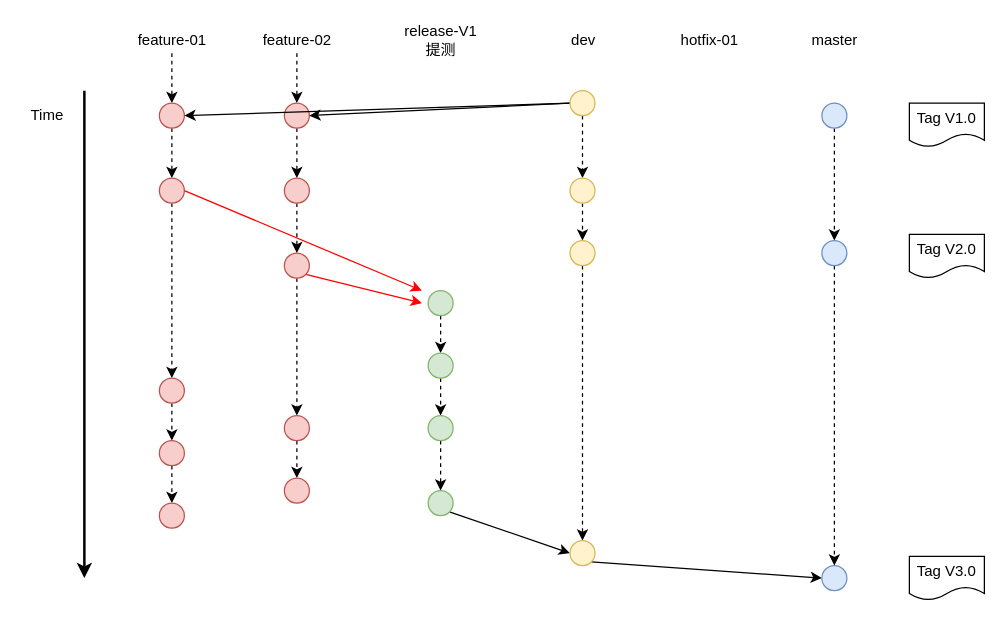
Earlier version of the draw.io diagram Untitled Diagram.drawio (ervinsae/blog). Source tidied: cells renumbered, new cells numbered last; positions are measured from the earlier drawing's top-left corner, leaving out a move shared by most shapes. Both pictures are drawn from the tidied source at 125%, with x=0, y=0 at pixel (21, 21).
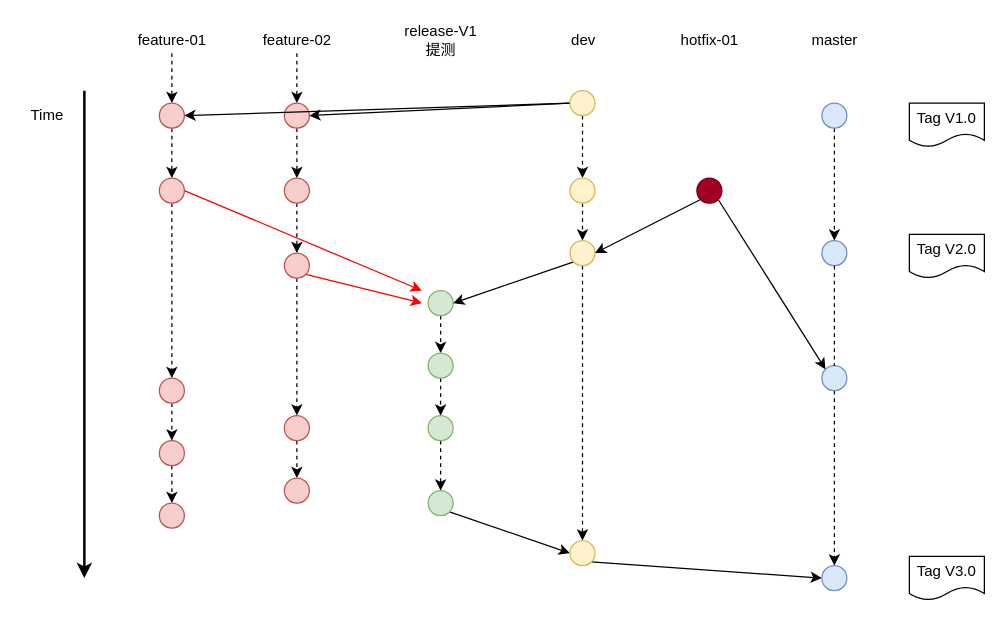
Above is the later version.

Unchanged cells that the change refers to:
```xml
<mxCell id="25" style="ellipse;whiteSpace=wrap;html=1;fillColor=#d5e8d4;strokeColor=#82b366;" parent="1" vertex="1">
  <mxGeometry x="325" y="215" width="20" height="20" as="geometry" />
</mxCell>
<mxCell id="47" style="ellipse;whiteSpace=wrap;html=1;fillColor=#fff2cc;strokeColor=#d6b656;" parent="1" vertex="1">
  <mxGeometry x="438.5" y="175" width="20" height="20" as="geometry" />
</mxCell>
<mxCell id="51" style="ellipse;whiteSpace=wrap;html=1;fillColor=#dae8fc;strokeColor=#6c8ebf;" parent="1" vertex="1">
  <mxGeometry x="640" y="175" width="20" height="20" as="geometry" />
</mxCell>
<mxCell id="52" style="ellipse;whiteSpace=wrap;html=1;fillColor=#dae8fc;strokeColor=#6c8ebf;" parent="1" vertex="1">
  <mxGeometry x="640" y="435" width="20" height="20" as="geometry" />
</mxCell>
```

Diff of the diagram source:
```diff
@@
+    <mxCell id="58" style="edgeStyle=none;rounded=0;jettySize=auto;html=1;exitX=0;exitY=1;exitDx=0;exitDy=0;entryX=1;entryY=0.5;entryDx=0;entryDy=0;elbow=vertical;" parent="1" edge="1" source="47" target="25">
+      <mxGeometry relative="1" as="geometry" />
+    </mxCell>
@@
-    <mxCell id="50" style="edgeStyle=none;rounded=0;jettySize=auto;html=1;exitX=0.5;exitY=1;exitDx=0;exitDy=0;dashed=1;strokeColor=#000000;" parent="1" edge="1" source="51" target="52">
+    <mxCell id="50" style="edgeStyle=none;rounded=0;jettySize=auto;html=1;exitX=0.5;exitY=1;exitDx=0;exitDy=0;dashed=1;strokeColor=#000000;startArrow=none;" parent="1" edge="1" source="62" target="52">
       <mxGeometry relative="1" as="geometry" />
     </mxCell>
@@
+    <mxCell id="59" style="edgeStyle=none;rounded=0;jettySize=auto;html=1;exitX=1;exitY=1;exitDx=0;exitDy=0;entryX=0;entryY=0;entryDx=0;entryDy=0;elbow=vertical;" parent="1" edge="1" source="61" target="62">
+      <mxGeometry relative="1" as="geometry" />
+    </mxCell>
+    <mxCell id="60" style="edgeStyle=none;rounded=0;jettySize=auto;html=1;exitX=0;exitY=1;exitDx=0;exitDy=0;entryX=1;entryY=0.5;entryDx=0;entryDy=0;elbow=vertical;" parent="1" edge="1" source="61" target="47">
+      <mxGeometry relative="1" as="geometry" />
+    </mxCell>
+    <mxCell id="61" style="ellipse;whiteSpace=wrap;html=1;fillColor=#a20025;strokeColor=#6F0000;fontColor=#ffffff;" parent="1" vertex="1">
+      <mxGeometry x="540" y="125" width="20" height="20" as="geometry" />
+    </mxCell>
+    <mxCell id="62" style="ellipse;whiteSpace=wrap;html=1;fillColor=#dae8fc;strokeColor=#6c8ebf;" parent="1" vertex="1">
+      <mxGeometry x="640" y="275" width="20" height="20" as="geometry" />
+    </mxCell>
+    <mxCell id="63" style="edgeStyle=none;rounded=0;jettySize=auto;html=1;exitX=0.5;exitY=1;exitDx=0;exitDy=0;dashed=1;strokeColor=#000000;endArrow=none;" parent="1" edge="1" source="51" target="62">
+      <mxGeometry relative="1" as="geometry" />
+    </mxCell>
```
